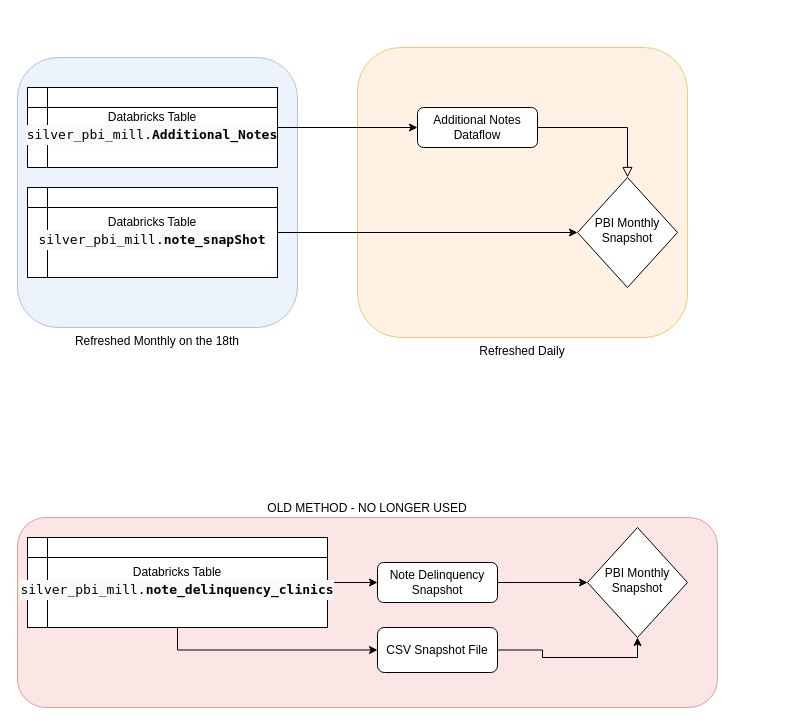
Earlier version of the draw.io diagram Untitled Diagram.drawio (floresb/FlowCharts). Source tidied: cells renumbered, new cells numbered last; positions are measured from the earlier drawing's top-left corner, leaving out a move shared by most shapes. Both pictures are drawn from the tidied source at 100%, with x=0, y=0 at pixel (17, 47).
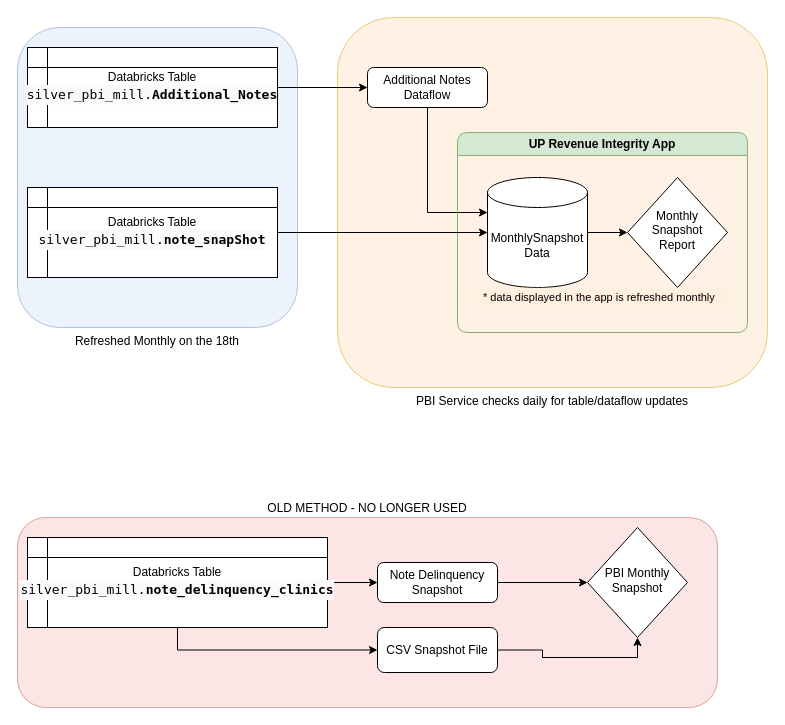
The same page after the edit.

The change refers to these unchanged cells:
```xml
<mxCell id="15" value="Databricks Table &lt;br&gt;&lt;div style=&quot;color: rgb(0, 0, 0); background-color: rgb(250, 250, 250); font-family: &amp;quot;Source Code Pro&amp;quot;, &amp;quot;Menlo&amp;quot;, &amp;quot;Consolas&amp;quot;, monospace, Consolas, &amp;quot;Courier New&amp;quot;, monospace; font-weight: normal; line-height: 20px; font-size: 13px;&quot;&gt;&lt;div&gt;silver_pbi_mill.&lt;b&gt;note_snapShot&lt;/b&gt;&lt;/div&gt;&lt;/div&gt;" style="shape=internalStorage;whiteSpace=wrap;html=1;backgroundOutline=1;labelPosition=center;verticalLabelPosition=middle;align=center;verticalAlign=middle;" parent="1" vertex="1">
  <mxGeometry x="10" y="140" width="250" height="90" as="geometry" />
</mxCell>
```

Change to the diagram source:
```diff
@@
-    <mxCell id="3" value="Refreshed Daily" style="rounded=1;whiteSpace=wrap;html=1;direction=south;fillColor=#ffe6cc;strokeColor=#d79b00;opacity=50;imageVerticalAlign=middle;labelPosition=center;verticalLabelPosition=bottom;align=center;verticalAlign=top;" parent="1" vertex="1">
-      <mxGeometry x="340" width="330" height="290" as="geometry" />
+    <mxCell id="3" value="PBI Service checks daily for table/dataflow updates" style="rounded=1;whiteSpace=wrap;html=1;direction=south;fillColor=#ffe6cc;strokeColor=#d79b00;opacity=50;imageVerticalAlign=middle;labelPosition=center;verticalLabelPosition=bottom;align=center;verticalAlign=top;" parent="1" vertex="1">
+      <mxGeometry x="320" y="-30" width="430" height="370" as="geometry" />
     </mxCell>
     <mxCell id="4" value="Refreshed Monthly on the 18th" style="rounded=1;whiteSpace=wrap;html=1;direction=south;fillColor=#dae8fc;strokeColor=#6c8ebf;opacity=50;labelPosition=center;verticalLabelPosition=bottom;align=center;verticalAlign=top;" parent="1" vertex="1">
-      <mxGeometry y="10" width="280" height="270" as="geometry" />
+      <mxGeometry y="-20" width="280" height="300" as="geometry" />
     </mxCell>
-    <mxCell id="5" style="rounded=0;html=1;jettySize=auto;fontSize=11;endArrow=block;endFill=0;endSize=8;strokeWidth=1;shadow=0;labelBackgroundColor=none;edgeStyle=orthogonalEdgeStyle;" parent="1" edge="1" source="6" target="7">
-      <mxGeometry relative="1" as="geometry" />
-    </mxCell>
+    <mxCell id="20" style="edgeStyle=orthogonalEdgeStyle;rounded=0;jettySize=auto;html=1;exitX=0.5;exitY=1;exitDx=0;exitDy=0;entryX=0;entryY=0;entryDx=0;entryDy=35;entryPerimeter=0;" parent="1" edge="1" source="6" target="24">
+      <mxGeometry relative="1" as="geometry" />
+    </mxCell>
     <mxCell id="6" value="Additional Notes Dataflow" style="rounded=1;whiteSpace=wrap;html=1;fontSize=12;glass=0;strokeWidth=1;shadow=0;" parent="1" vertex="1">
-      <mxGeometry x="400" y="60" width="120" height="40" as="geometry" />
+      <mxGeometry x="350" y="20" width="120" height="40" as="geometry" />
     </mxCell>
-    <mxCell id="7" value="&lt;div&gt;PBI Monthly Snapshot&lt;/div&gt;" style="rhombus;whiteSpace=wrap;html=1;shadow=0;fontFamily=Helvetica;fontSize=12;align=center;strokeWidth=1;spacing=6;spacingTop=-4;" parent="1" vertex="1">
-      <mxGeometry x="560" y="130" width="100" height="110" as="geometry" />
+    <mxCell id="7" value="&lt;div&gt;Monthly Snapshot&lt;/div&gt;&lt;div&gt;Report&lt;br&gt;&lt;/div&gt;" style="rhombus;whiteSpace=wrap;html=1;shadow=0;fontFamily=Helvetica;fontSize=12;align=center;strokeWidth=1;spacing=6;spacingTop=-4;" parent="1" vertex="1">
+      <mxGeometry x="610" y="130" width="100" height="110" as="geometry" />
     </mxCell>
@@
+    <mxCell id="21" value="UP Revenue Integrity App" style="swimlane;whiteSpace=wrap;html=1;fillColor=#d5e8d4;strokeColor=#82b366;rounded=1;" parent="1" vertex="1">
+      <mxGeometry x="440" y="85" width="290" height="200" as="geometry" />
+    </mxCell>
@@
     <mxCell id="13" value="Databricks Table &lt;br&gt;&lt;div style=&quot;color: rgb(0, 0, 0); background-color: rgb(250, 250, 250); font-family: &amp;quot;Source Code Pro&amp;quot;, &amp;quot;Menlo&amp;quot;, &amp;quot;Consolas&amp;quot;, monospace, Consolas, &amp;quot;Courier New&amp;quot;, monospace; font-weight: normal; font-size: 13px; line-height: 20px;&quot;&gt;&lt;div&gt;silver_pbi_mill.&lt;b&gt;Additional_Notes&lt;/b&gt;&lt;/div&gt;&lt;/div&gt;" style="shape=internalStorage;whiteSpace=wrap;html=1;backgroundOutline=1;labelPosition=center;verticalLabelPosition=middle;align=center;verticalAlign=middle;" parent="1" vertex="1">
-      <mxGeometry x="10" y="40" width="250" height="80" as="geometry" />
+      <mxGeometry x="10" width="250" height="80" as="geometry" />
     </mxCell>
-    <mxCell id="14" style="edgeStyle=orthogonalEdgeStyle;rounded=0;jettySize=auto;html=1;exitX=1;exitY=0.5;exitDx=0;exitDy=0;entryX=0;entryY=0.5;entryDx=0;entryDy=0;" parent="1" edge="1" source="15" target="7">
-      <mxGeometry relative="1" as="geometry" />
-    </mxCell>
+    <mxCell id="22" style="edgeStyle=orthogonalEdgeStyle;rounded=0;jettySize=auto;html=1;exitX=1;exitY=0.5;exitDx=0;exitDy=0;entryX=0;entryY=0.5;entryDx=0;entryDy=0;entryPerimeter=0;" parent="1" edge="1" source="15" target="24">
+      <mxGeometry relative="1" as="geometry" />
+    </mxCell>
@@
+    <mxCell id="23" style="edgeStyle=orthogonalEdgeStyle;rounded=0;jettySize=auto;html=1;exitX=1;exitY=0.5;exitDx=0;exitDy=0;exitPerimeter=0;entryX=0;entryY=0.5;entryDx=0;entryDy=0;" parent="1" edge="1" source="24" target="7">
+      <mxGeometry relative="1" as="geometry" />
+    </mxCell>
+    <mxCell id="24" value="MonthlySnapshot Data" style="shape=cylinder3;whiteSpace=wrap;html=1;boundedLbl=1;backgroundOutline=1;size=15;" parent="1" vertex="1">
+      <mxGeometry x="470" y="130" width="100" height="110" as="geometry" />
+    </mxCell>
+    <mxCell id="25" value="&lt;font style=&quot;font-size: 11px;&quot;&gt;* data displayed in the app is refreshed monthly&lt;br&gt;&lt;/font&gt;" style="strokeWidth=1;shadow=0;dashed=0;align=center;html=1;shape=mxgraph.mockup.text.textBox;align=left;fontSize=17;spacingLeft=4;spacingTop=-3;whiteSpace=wrap;strokeColor=none;mainText=;fillColor=#ffe6cc;opacity=30;" parent="1" vertex="1">
+      <mxGeometry x="460" y="240" width="250" height="20" as="geometry" />
+    </mxCell>
```
